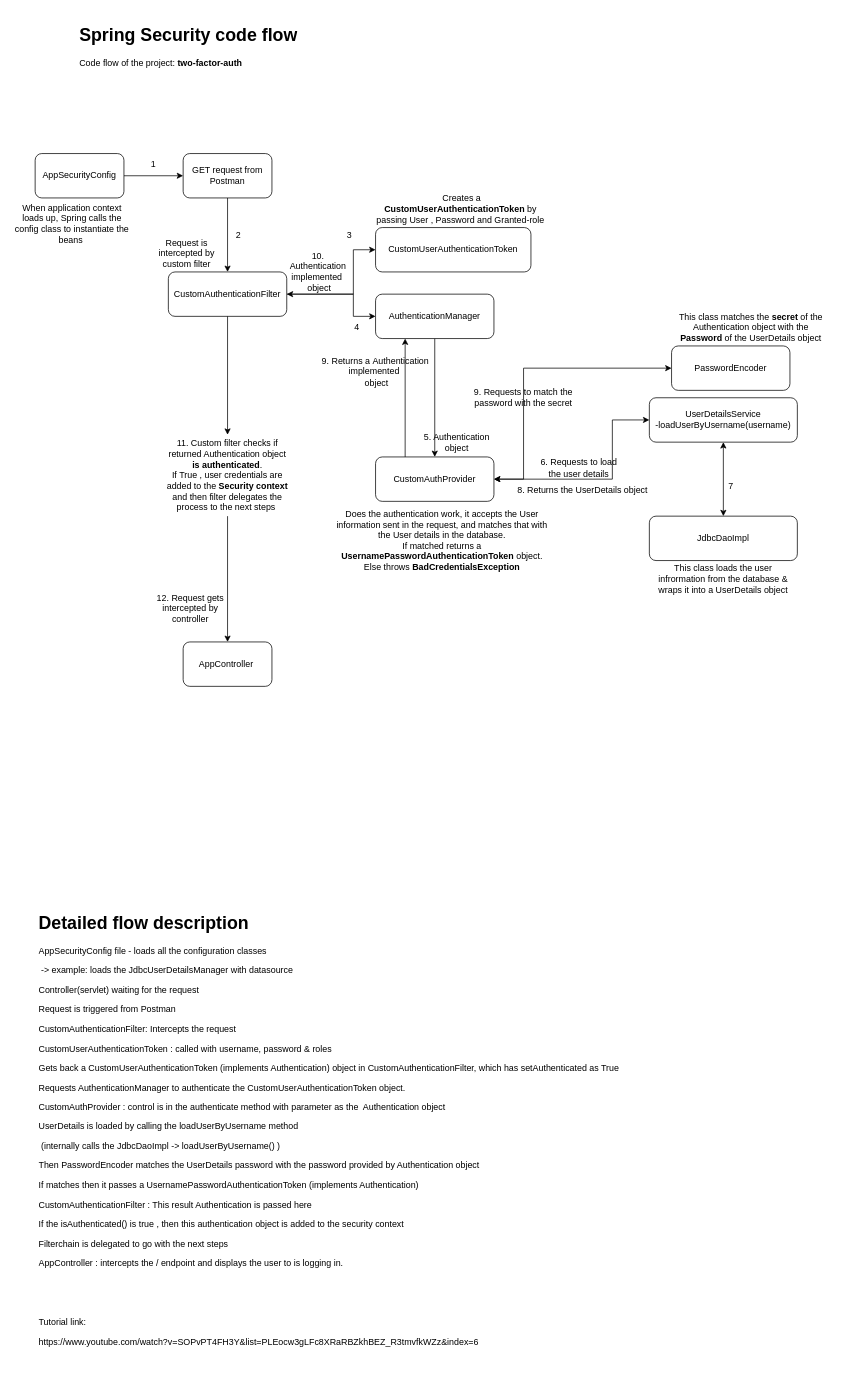
Above: page "Code flow" (2 of 2) of Spring security architecture-1.drawio in usernameAshu/spring-security-poc (draw.io), before the change. Source tidied: cells renumbered, new cells numbered last; positions are measured from the earlier drawing's top-left corner, leaving out a move shared by most shapes. Both pictures are drawn from the tidied source at 74%, with x=0, y=0 at pixel (13, 20).
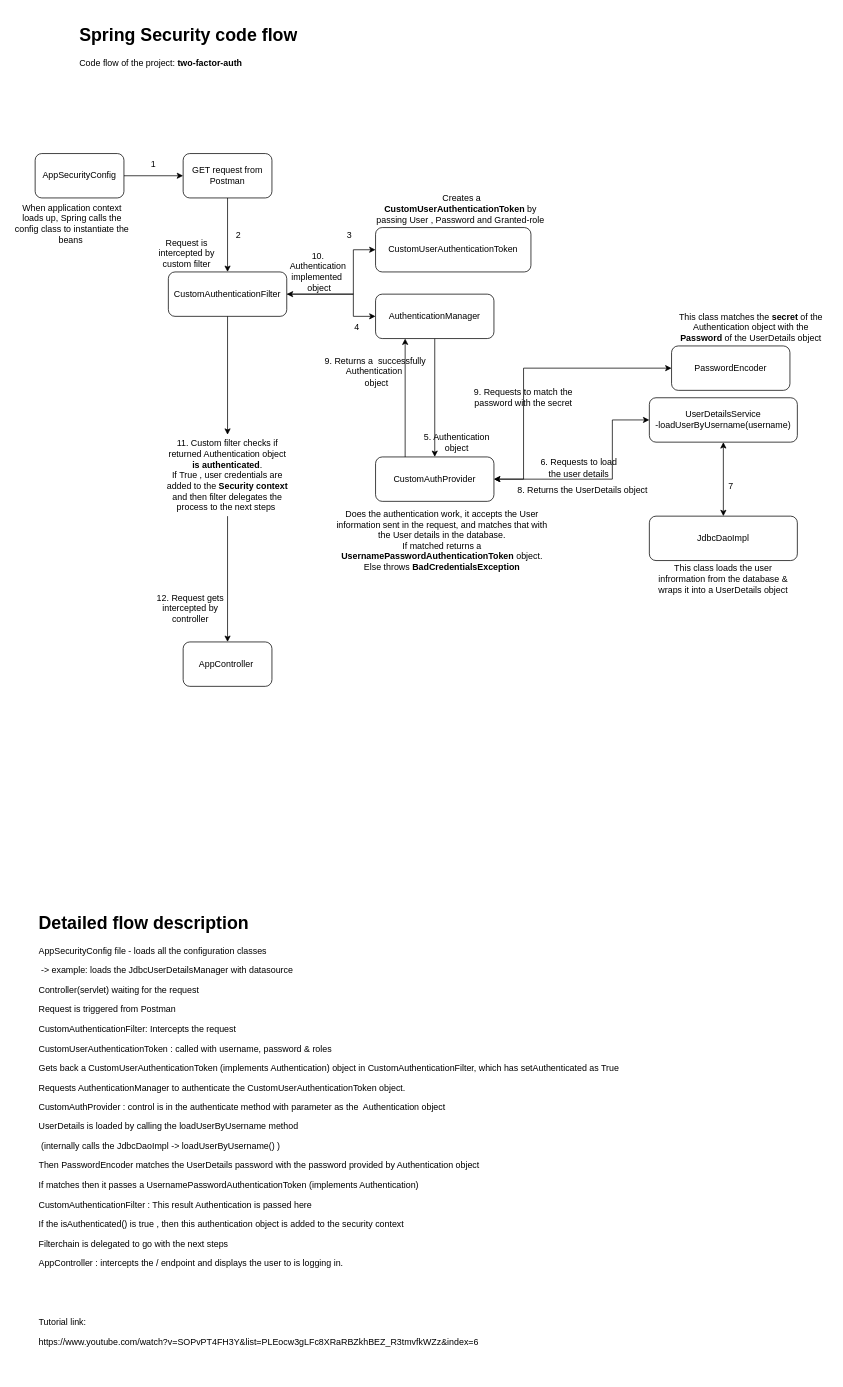
Above is the later version.

Commit message:
add security code flow

The edit, as a diff of the source:
```diff
@@
-    <mxCell id="29" value="9. Returns a&amp;nbsp;Authentication &lt;br&gt;implemented&amp;nbsp;&lt;br&gt;&amp;nbsp;object" style="text;html=1;strokeColor=none;fillColor=none;align=center;verticalAlign=middle;whiteSpace=wrap;rounded=0;" parent="1" vertex="1">
+    <mxCell id="29" value="9. Returns a&amp;nbsp; successfully Authentication&amp;nbsp;&lt;br&gt;&amp;nbsp;object" style="text;html=1;strokeColor=none;fillColor=none;align=center;verticalAlign=middle;whiteSpace=wrap;rounded=0;" parent="1" vertex="1">
       <mxGeometry x="380" y="460" width="220" height="30" as="geometry" />
     </mxCell>
```
